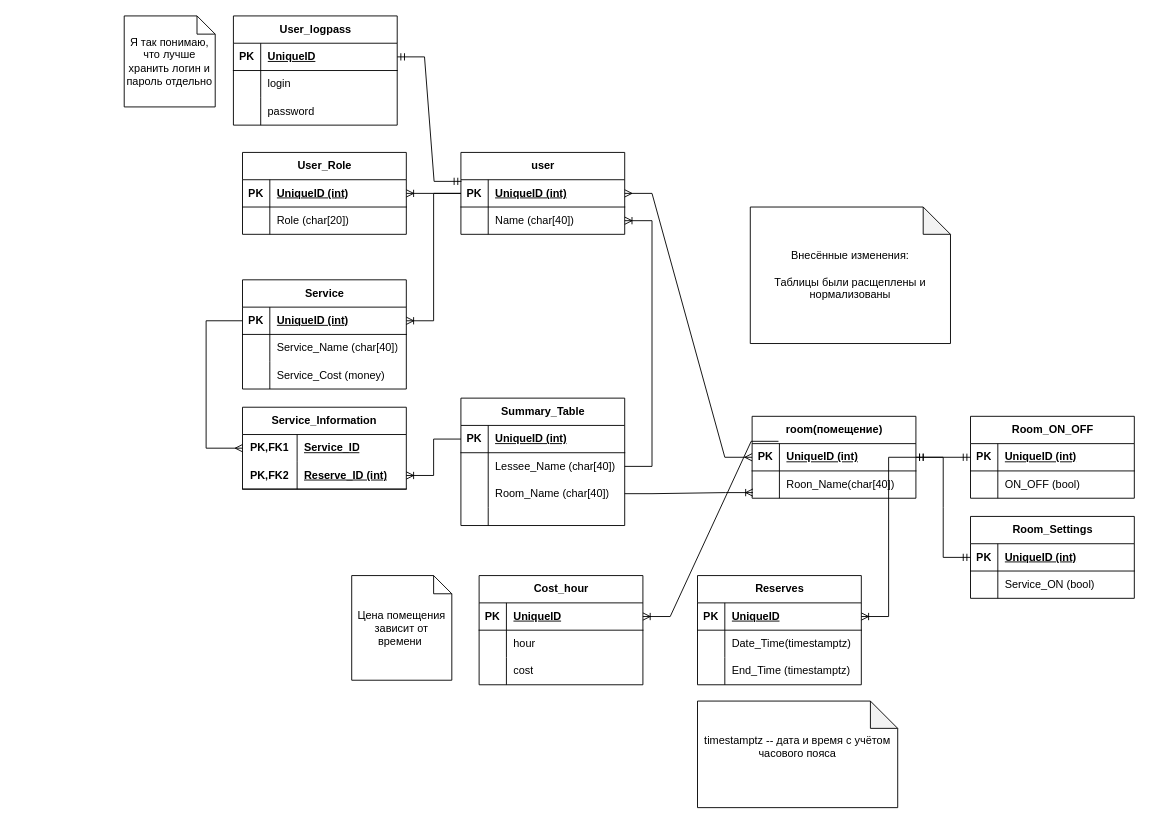
The draw.io diagram Диаграмма без названия.drawio in wsur/reserve_io, before the edit. Source tidied: cells renumbered, new cells numbered last; positions are measured from the earlier drawing's top-left corner, leaving out a move shared by most shapes. Both pictures are drawn from the tidied source at 91%, with x=0, y=0 at pixel (124, 15).
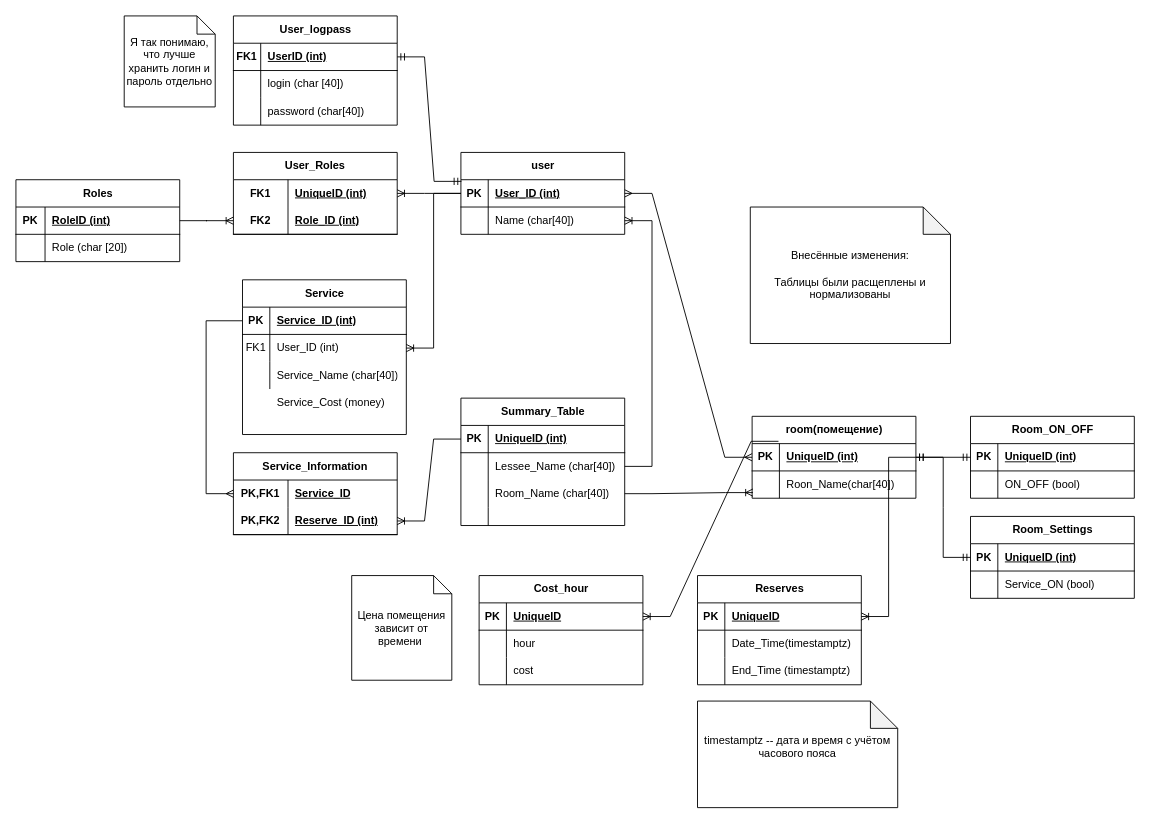
The same diagram, later.

Commit message:
Изменены связи между user и рядом стоящими таблицами

Unchanged cells that the change refers to:
```xml
<mxCell id="20" style="shape=tableRow;horizontal=0;startSize=0;swimlaneHead=0;swimlaneBody=0;fillColor=none;points=[[0,0.5],[1,0.5]];portConstraint=eastwest;top=0;left=0;right=0;bottom=1;" parent="19" vertex="1">
  <mxGeometry y="30" width="180" height="30" as="geometry" />
</mxCell>
<mxCell id="81" style="shape=tableRow;horizontal=0;startSize=0;swimlaneHead=0;swimlaneBody=0;fillColor=none;points=[[0,0.5],[1,0.5]];portConstraint=eastwest;top=0;left=0;right=0;bottom=1;" parent="80" vertex="1">
  <mxGeometry y="30" width="180" height="30" as="geometry" />
</mxCell>
<mxCell id="84" style="shape=tableRow;horizontal=0;startSize=0;swimlaneHead=0;swimlaneBody=0;fillColor=none;points=[[0,0.5],[1,0.5]];portConstraint=eastwest;top=0;left=0;right=0;bottom=0;" parent="80" vertex="1">
  <mxGeometry y="60" width="180" height="30" as="geometry" />
</mxCell>
<mxCell id="87" style="shape=tableRow;horizontal=0;startSize=0;swimlaneHead=0;swimlaneBody=0;fillColor=none;top=0;left=0;right=0;bottom=0;" parent="80" vertex="1">
  <mxGeometry y="90" width="180" height="30" as="geometry" />
</mxCell>
<mxCell id="116" style="shape=tableRow;horizontal=0;startSize=0;swimlaneHead=0;swimlaneBody=0;fillColor=none;points=[[0,0.5],[1,0.5]];portConstraint=eastwest;top=0;left=0;right=0;bottom=1;" parent="115" vertex="1">
  <mxGeometry y="30" width="180" height="30" as="geometry" />
</mxCell>
<mxCell id="119" style="shape=tableRow;horizontal=0;startSize=0;swimlaneHead=0;swimlaneBody=0;fillColor=none;top=0;left=0;right=0;bottom=0;" parent="115" vertex="1">
  <mxGeometry y="60" width="180" height="30" as="geometry" />
</mxCell>
<mxCell id="122" style="shape=tableRow;horizontal=0;startSize=0;swimlaneHead=0;swimlaneBody=0;fillColor=none;top=0;left=0;right=0;bottom=0;" parent="115" vertex="1">
  <mxGeometry y="90" width="180" height="30" as="geometry" />
</mxCell>
```

The edit, as a diff of the source:
```diff
@@
-    <mxCell id="22" value="UniqueID (int)" style="shape=partialRectangle;fillColor=none;top=0;left=0;bottom=0;right=0;align=left;spacingLeft=6;fontStyle=5;overflow=hidden;whiteSpace=wrap;html=1;" parent="20" vertex="1">
+    <mxCell id="22" value="User_ID (int)" style="shape=partialRectangle;fillColor=none;top=0;left=0;bottom=0;right=0;align=left;spacingLeft=6;fontStyle=5;overflow=hidden;whiteSpace=wrap;html=1;" parent="20" vertex="1">
       <mxGeometry x="30" width="150" height="30" as="geometry" />
     </mxCell>
@@
-    <mxCell id="34" value="User_Role" style="shape=table;startSize=30;childLayout=tableLayout;rowLines=0;fontStyle=1;align=center;html=1;" parent="1" vertex="1">
-      <mxGeometry x="130" y="150" width="180" height="90" as="geometry" />
-    </mxCell>
-    <mxCell id="35" style="shape=tableRow;horizontal=0;startSize=0;swimlaneHead=0;swimlaneBody=0;fillColor=none;points=[[0,0.5],[1,0.5]];portConstraint=eastwest;top=0;left=0;right=0;bottom=1;" parent="34" vertex="1">
-      <mxGeometry y="30" width="180" height="30" as="geometry" />
-    </mxCell>
-    <mxCell id="36" value="PK" style="shape=partialRectangle;fillColor=none;top=0;left=0;bottom=0;right=0;fontStyle=1;overflow=hidden;whiteSpace=wrap;html=1;" parent="35" vertex="1">
-      <mxGeometry width="30" height="30" as="geometry" />
-    </mxCell>
-    <mxCell id="37" value="UniqueID (int)" style="shape=partialRectangle;fillColor=none;top=0;left=0;bottom=0;right=0;align=left;spacingLeft=6;fontStyle=5;overflow=hidden;whiteSpace=wrap;html=1;" parent="35" vertex="1">
-      <mxGeometry x="30" width="150" height="30" as="geometry" />
-    </mxCell>
-    <mxCell id="38" style="shape=tableRow;horizontal=0;startSize=0;swimlaneHead=0;swimlaneBody=0;fillColor=none;top=0;left=0;right=0;bottom=0;" parent="34" vertex="1">
-      <mxGeometry y="60" width="180" height="30" as="geometry" />
-    </mxCell>
-    <mxCell id="39" style="shape=partialRectangle;fillColor=none;top=0;left=0;bottom=0;right=0;overflow=hidden;whiteSpace=wrap;html=1;" parent="38" vertex="1">
-      <mxGeometry width="30" height="30" as="geometry" />
-    </mxCell>
-    <mxCell id="40" value="Role (char[20])" style="shape=partialRectangle;fillColor=none;top=0;left=0;bottom=0;right=0;align=left;spacingLeft=6;overflow=hidden;whiteSpace=wrap;html=1;" parent="38" vertex="1">
-      <mxGeometry x="30" width="150" height="30" as="geometry" />
-    </mxCell>
-    <mxCell id="41" style="edgeStyle=entityRelationEdgeStyle;fontSize=12;html=1;endArrow=ERoneToMany;rounded=0;exitX=0;exitY=0.5;exitDx=0;exitDy=0;entryX=1;entryY=0.5;entryDx=0;entryDy=0;" parent="1" edge="1" source="20" target="35">
+    <mxCell id="41" style="edgeStyle=entityRelationEdgeStyle;fontSize=12;html=1;endArrow=ERoneToMany;rounded=0;exitX=0;exitY=0.5;exitDx=0;exitDy=0;" parent="1" edge="1" source="20" target="133">
       <mxGeometry relative="1" as="geometry" />
     </mxCell>
     <mxCell id="42" value="Service_Information" style="shape=table;startSize=30;childLayout=tableLayout;rowLines=0;fontStyle=1;align=center;html=1;whiteSpace=wrap;" parent="1" vertex="1">
-      <mxGeometry x="130" y="430" width="180" height="90" as="geometry" />
+      <mxGeometry x="120" y="480" width="180" height="90" as="geometry" />
     </mxCell>
@@
     <mxCell id="80" value="Service" style="shape=table;startSize=30;childLayout=tableLayout;rowLines=0;fontStyle=1;align=center;html=1;" parent="1" vertex="1">
-      <mxGeometry x="130" y="290" width="180" height="120" as="geometry" />
+      <mxGeometry x="130" y="290" width="180" height="170" as="geometry" />
     </mxCell>
@@
-    <mxCell id="83" value="UniqueID (int)" style="shape=partialRectangle;fillColor=none;top=0;left=0;bottom=0;right=0;align=left;spacingLeft=6;fontStyle=5;overflow=hidden;whiteSpace=wrap;html=1;" parent="81" vertex="1">
+    <mxCell id="83" value="Service_ID (int)" style="shape=partialRectangle;fillColor=none;top=0;left=0;bottom=0;right=0;align=left;spacingLeft=6;fontStyle=5;overflow=hidden;whiteSpace=wrap;html=1;" parent="81" vertex="1">
       <mxGeometry x="30" width="150" height="30" as="geometry" />
     </mxCell>
@@
-    <mxCell id="85" style="shape=partialRectangle;fillColor=none;top=0;left=0;bottom=0;right=0;overflow=hidden;whiteSpace=wrap;html=1;" parent="84" vertex="1">
+    <mxCell id="85" value="FK1" style="shape=partialRectangle;fillColor=none;top=0;left=0;bottom=0;right=0;overflow=hidden;whiteSpace=wrap;html=1;" parent="84" vertex="1">
       <mxGeometry width="30" height="30" as="geometry" />
     </mxCell>
-    <mxCell id="86" value="Service_Name (char[40])" style="shape=partialRectangle;fillColor=none;top=0;left=0;bottom=0;right=0;align=left;spacingLeft=6;overflow=hidden;whiteSpace=wrap;html=1;" parent="84" vertex="1">
+    <mxCell id="86" value="User_ID (int)" style="shape=partialRectangle;fillColor=none;top=0;left=0;bottom=0;right=0;align=left;spacingLeft=6;overflow=hidden;whiteSpace=wrap;html=1;" parent="84" vertex="1">
       <mxGeometry x="30" width="150" height="30" as="geometry" />
     </mxCell>
@@
-    <mxCell id="89" value="Service_Cost (money)" style="shape=partialRectangle;fillColor=none;top=0;left=0;bottom=0;right=0;align=left;spacingLeft=6;overflow=hidden;whiteSpace=wrap;html=1;" parent="87" vertex="1">
+    <mxCell id="89" value="Service_Name (char[40])" style="shape=partialRectangle;fillColor=none;top=0;left=0;bottom=0;right=0;align=left;spacingLeft=6;overflow=hidden;whiteSpace=wrap;html=1;" parent="87" vertex="1">
       <mxGeometry x="30" width="150" height="30" as="geometry" />
     </mxCell>
-    <mxCell id="90" style="edgeStyle=entityRelationEdgeStyle;fontSize=12;html=1;endArrow=ERoneToMany;rounded=0;exitX=0;exitY=0.5;exitDx=0;exitDy=0;entryX=1;entryY=0.5;entryDx=0;entryDy=0;" parent="1" edge="1" source="20" target="81">
+    <mxCell id="90" style="edgeStyle=entityRelationEdgeStyle;fontSize=12;html=1;endArrow=ERoneToMany;rounded=0;exitX=0;exitY=0.5;exitDx=0;exitDy=0;" parent="1" edge="1" source="20" target="84">
       <mxGeometry relative="1" as="geometry" />
     </mxCell>
@@
-    <mxCell id="117" value="PK" style="shape=partialRectangle;fillColor=none;top=0;left=0;bottom=0;right=0;fontStyle=1;overflow=hidden;whiteSpace=wrap;html=1;" parent="116" vertex="1">
+    <mxCell id="117" value="FK1" style="shape=partialRectangle;fillColor=none;top=0;left=0;bottom=0;right=0;fontStyle=1;overflow=hidden;whiteSpace=wrap;html=1;" parent="116" vertex="1">
       <mxGeometry width="30" height="30" as="geometry" />
     </mxCell>
-    <mxCell id="118" value="UniqueID" style="shape=partialRectangle;fillColor=none;top=0;left=0;bottom=0;right=0;align=left;spacingLeft=6;fontStyle=5;overflow=hidden;whiteSpace=wrap;html=1;" parent="116" vertex="1">
+    <mxCell id="118" value="UserID (int)" style="shape=partialRectangle;fillColor=none;top=0;left=0;bottom=0;right=0;align=left;spacingLeft=6;fontStyle=5;overflow=hidden;whiteSpace=wrap;html=1;" parent="116" vertex="1">
       <mxGeometry x="30" width="150" height="30" as="geometry" />
     </mxCell>
@@
-    <mxCell id="121" value="login" style="shape=partialRectangle;fillColor=none;top=0;left=0;bottom=0;right=0;align=left;spacingLeft=6;overflow=hidden;whiteSpace=wrap;html=1;" parent="119" vertex="1">
+    <mxCell id="121" value="login (char [40])" style="shape=partialRectangle;fillColor=none;top=0;left=0;bottom=0;right=0;align=left;spacingLeft=6;overflow=hidden;whiteSpace=wrap;html=1;" parent="119" vertex="1">
       <mxGeometry x="30" width="150" height="30" as="geometry" />
     </mxCell>
@@
-    <mxCell id="124" value="password" style="shape=partialRectangle;fillColor=none;top=0;left=0;bottom=0;right=0;align=left;spacingLeft=6;overflow=hidden;whiteSpace=wrap;html=1;" parent="122" vertex="1">
+    <mxCell id="124" value="password (char[40])" style="shape=partialRectangle;fillColor=none;top=0;left=0;bottom=0;right=0;align=left;spacingLeft=6;overflow=hidden;whiteSpace=wrap;html=1;" parent="122" vertex="1">
       <mxGeometry x="30" width="150" height="30" as="geometry" />
     </mxCell>
@@
+    <mxCell id="127" value="Roles" style="shape=table;startSize=30;childLayout=tableLayout;rowLines=0;fontStyle=1;align=center;html=1;" parent="1" vertex="1">
+      <mxGeometry x="-119" y="180" width="180" height="90" as="geometry" />
+    </mxCell>
+    <mxCell id="35" style="shape=tableRow;horizontal=0;startSize=0;swimlaneHead=0;swimlaneBody=0;fillColor=none;points=[[0,0.5],[1,0.5]];portConstraint=eastwest;top=0;left=0;right=0;bottom=1;" parent="127" vertex="1">
+      <mxGeometry y="30" width="180" height="30" as="geometry" />
+    </mxCell>
+    <mxCell id="36" value="PK" style="shape=partialRectangle;fillColor=none;top=0;left=0;bottom=0;right=0;fontStyle=1;overflow=hidden;whiteSpace=wrap;html=1;" parent="35" vertex="1">
+      <mxGeometry width="32" height="30" as="geometry" />
+    </mxCell>
+    <mxCell id="128" value="RoleID (int)" style="shape=partialRectangle;fillColor=none;top=0;left=0;bottom=0;right=0;align=left;spacingLeft=6;fontStyle=5;overflow=hidden;whiteSpace=wrap;html=1;" parent="35" vertex="1">
+      <mxGeometry x="32" width="148" height="30" as="geometry" />
+    </mxCell>
+    <mxCell id="38" style="shape=tableRow;horizontal=0;startSize=0;swimlaneHead=0;swimlaneBody=0;fillColor=none;top=0;left=0;right=0;bottom=0;" parent="127" vertex="1">
+      <mxGeometry y="60" width="180" height="30" as="geometry" />
+    </mxCell>
+    <mxCell id="129" style="shape=partialRectangle;fillColor=none;top=0;left=0;bottom=0;right=0;overflow=hidden;whiteSpace=wrap;html=1;" parent="38" vertex="1">
+      <mxGeometry width="32" height="30" as="geometry" />
+    </mxCell>
+    <mxCell id="130" value="Role (char [20])" style="shape=partialRectangle;fillColor=none;top=0;left=0;bottom=0;right=0;align=left;spacingLeft=6;overflow=hidden;whiteSpace=wrap;html=1;" parent="38" vertex="1">
+      <mxGeometry x="32" width="148" height="30" as="geometry" />
+    </mxCell>
+    <mxCell id="131" style="edgeStyle=entityRelationEdgeStyle;fontSize=12;html=1;endArrow=ERoneToMany;rounded=0;exitX=1;exitY=0.5;exitDx=0;exitDy=0;" parent="1" edge="1" source="35" target="135">
+      <mxGeometry relative="1" as="geometry" />
+    </mxCell>
+    <mxCell id="132" value="User_Roles" style="shape=table;startSize=30;childLayout=tableLayout;rowLines=0;fontStyle=1;align=center;html=1;whiteSpace=wrap;" parent="1" vertex="1">
+      <mxGeometry x="120" y="150" width="180" height="90" as="geometry" />
+    </mxCell>
+    <mxCell id="133" style="shape=tableRow;horizontal=0;startSize=0;swimlaneHead=0;swimlaneBody=0;fillColor=none;points=[[0,0.5],[1,0.5]];portConstraint=eastwest;top=0;left=0;right=0;bottom=0;html=1;" parent="132" vertex="1">
+      <mxGeometry y="30" width="180" height="30" as="geometry" />
+    </mxCell>
+    <mxCell id="134" value="FK1" style="shape=partialRectangle;fillColor=none;top=0;left=0;bottom=0;right=0;fontStyle=1;overflow=hidden;html=1;whiteSpace=wrap;" parent="133" vertex="1">
+      <mxGeometry width="60" height="30" as="geometry" />
+    </mxCell>
+    <mxCell id="37" value="UniqueID (int)" style="shape=partialRectangle;fillColor=none;top=0;left=0;bottom=0;right=0;align=left;spacingLeft=6;fontStyle=5;overflow=hidden;html=1;whiteSpace=wrap;" parent="133" vertex="1">
+      <mxGeometry x="60" width="120" height="30" as="geometry" />
+    </mxCell>
+    <mxCell id="135" style="shape=tableRow;horizontal=0;startSize=0;swimlaneHead=0;swimlaneBody=0;fillColor=none;points=[[0,0.5],[1,0.5]];portConstraint=eastwest;top=0;left=0;right=0;bottom=1;html=1;" parent="132" vertex="1">
+      <mxGeometry y="60" width="180" height="30" as="geometry" />
+    </mxCell>
+    <mxCell id="136" value="FK2" style="shape=partialRectangle;fillColor=none;top=0;left=0;bottom=0;right=0;fontStyle=1;overflow=hidden;html=1;whiteSpace=wrap;" parent="135" vertex="1">
+      <mxGeometry width="60" height="30" as="geometry" />
+    </mxCell>
+    <mxCell id="137" value="Role_ID (int)" style="shape=partialRectangle;fillColor=none;top=0;left=0;bottom=0;right=0;align=left;spacingLeft=6;fontStyle=5;overflow=hidden;html=1;whiteSpace=wrap;" parent="135" vertex="1">
+      <mxGeometry x="60" width="120" height="30" as="geometry" />
+    </mxCell>
+    <mxCell id="138" style="shape=tableRow;horizontal=0;startSize=0;swimlaneHead=0;swimlaneBody=0;fillColor=none;top=0;left=0;right=0;bottom=0;" parent="1" vertex="1">
+      <mxGeometry x="130" y="410" width="180" height="30" as="geometry" />
+    </mxCell>
+    <mxCell id="39" style="shape=partialRectangle;fillColor=none;top=0;left=0;bottom=0;right=0;overflow=hidden;whiteSpace=wrap;html=1;" parent="138" vertex="1">
+      <mxGeometry width="30" height="30" as="geometry" />
+    </mxCell>
+    <mxCell id="139" value="Service_Cost (money)" style="shape=partialRectangle;fillColor=none;top=0;left=0;bottom=0;right=0;align=left;spacingLeft=6;overflow=hidden;whiteSpace=wrap;html=1;" parent="138" vertex="1">
+      <mxGeometry x="30" width="150" height="30" as="geometry" />
+    </mxCell>
```
